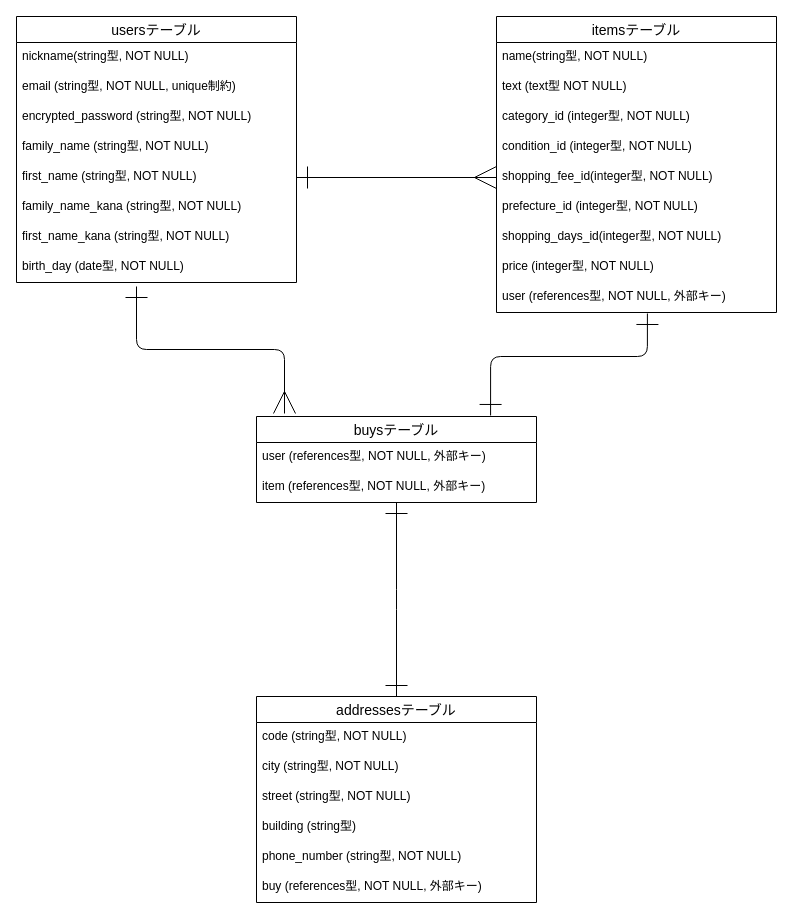
amamyyyyy/furima-40448 keeps this draw.io diagram as furima.dio. Above is the earlier version. Source tidied: cells renumbered, new cells numbered last; positions are measured from the earlier drawing's top-left corner, leaving out a move shared by most shapes. Both pictures are drawn from the tidied source at 100%, with x=0, y=0 at pixel (16, 16).
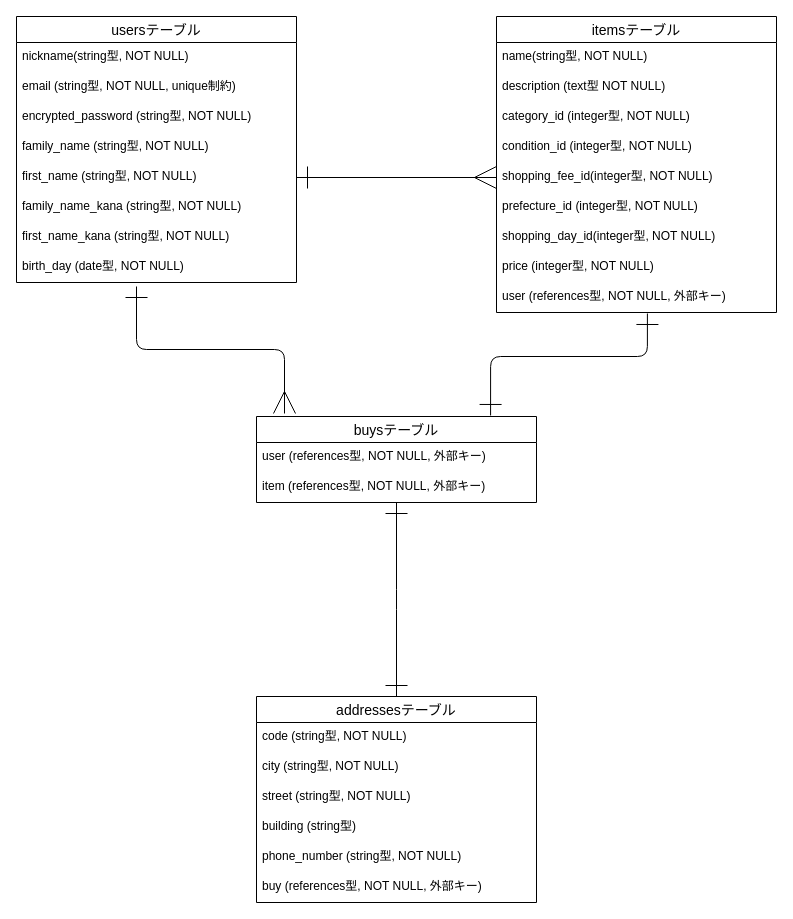
The same page after the edit.

The change refers to these unchanged cells:
```xml
<mxCell id="21" value="itemsテーブル" style="swimlane;fontStyle=0;horizontal=1;startSize=26;align=center;fontSize=14;" parent="1" vertex="1">
  <mxGeometry x="480" width="280" height="296" as="geometry" />
</mxCell>
```

Diff of the diagram source:
```diff
@@
-    <mxCell id="23" value="text (text型 NOT NULL)" style="text;strokeColor=none;fillColor=none;spacingLeft=4;spacingRight=4;overflow=hidden;fontSize=12;" parent="21" vertex="1">
+    <mxCell id="23" value="description (text型 NOT NULL)" style="text;strokeColor=none;fillColor=none;spacingLeft=4;spacingRight=4;overflow=hidden;fontSize=12;" parent="21" vertex="1">
       <mxGeometry y="56" width="280" height="30" as="geometry" />
     </mxCell>
@@
-    <mxCell id="28" value="shopping_days_id(integer型, NOT NULL)" style="text;strokeColor=none;fillColor=none;spacingLeft=4;spacingRight=4;overflow=hidden;fontSize=12;" parent="21" vertex="1">
+    <mxCell id="28" value="shopping_day_id(integer型, NOT NULL)" style="text;strokeColor=none;fillColor=none;spacingLeft=4;spacingRight=4;overflow=hidden;fontSize=12;" parent="21" vertex="1">
       <mxGeometry y="206" width="280" height="30" as="geometry" />
     </mxCell>
```
